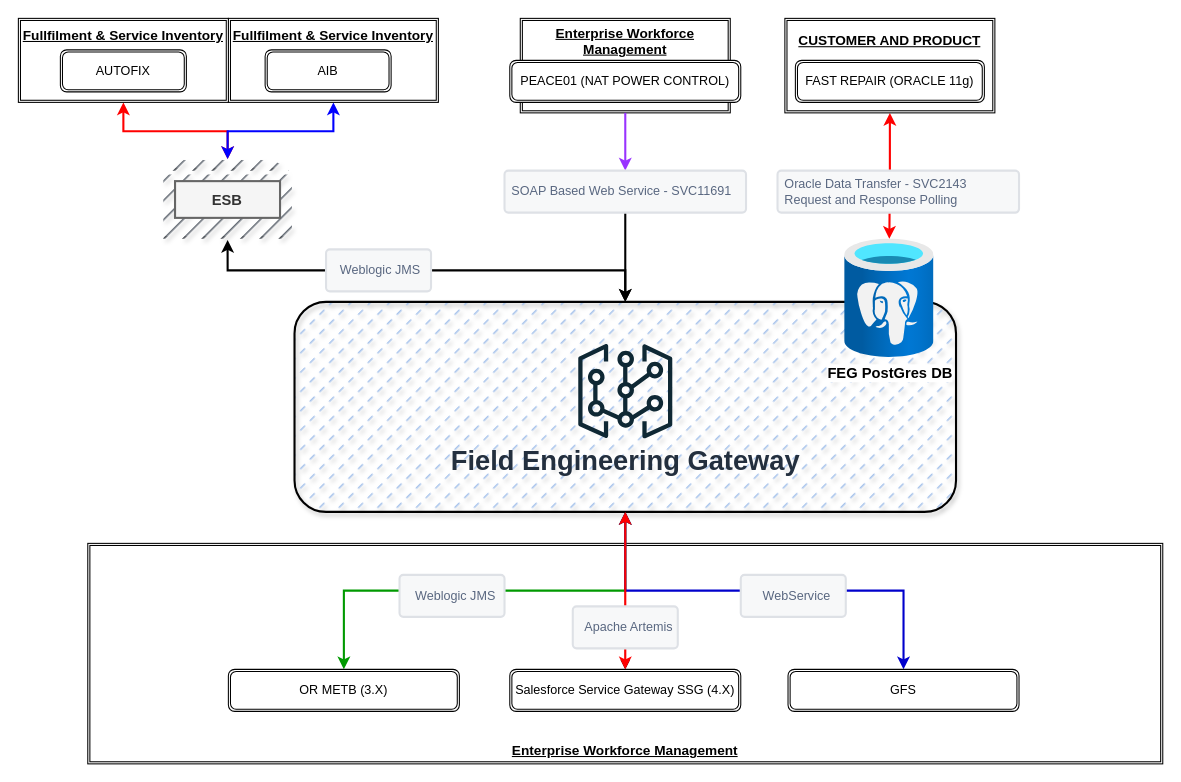
Above: FEG.drawio in puneet800123/first-contributions (draw.io), before the change. Source tidied: cells renumbered, new cells numbered last; positions are measured from the earlier drawing's top-left corner, leaving out a move shared by most shapes. Both pictures are drawn from the tidied source at 105%, with x=0, y=0 at pixel (18, 18).
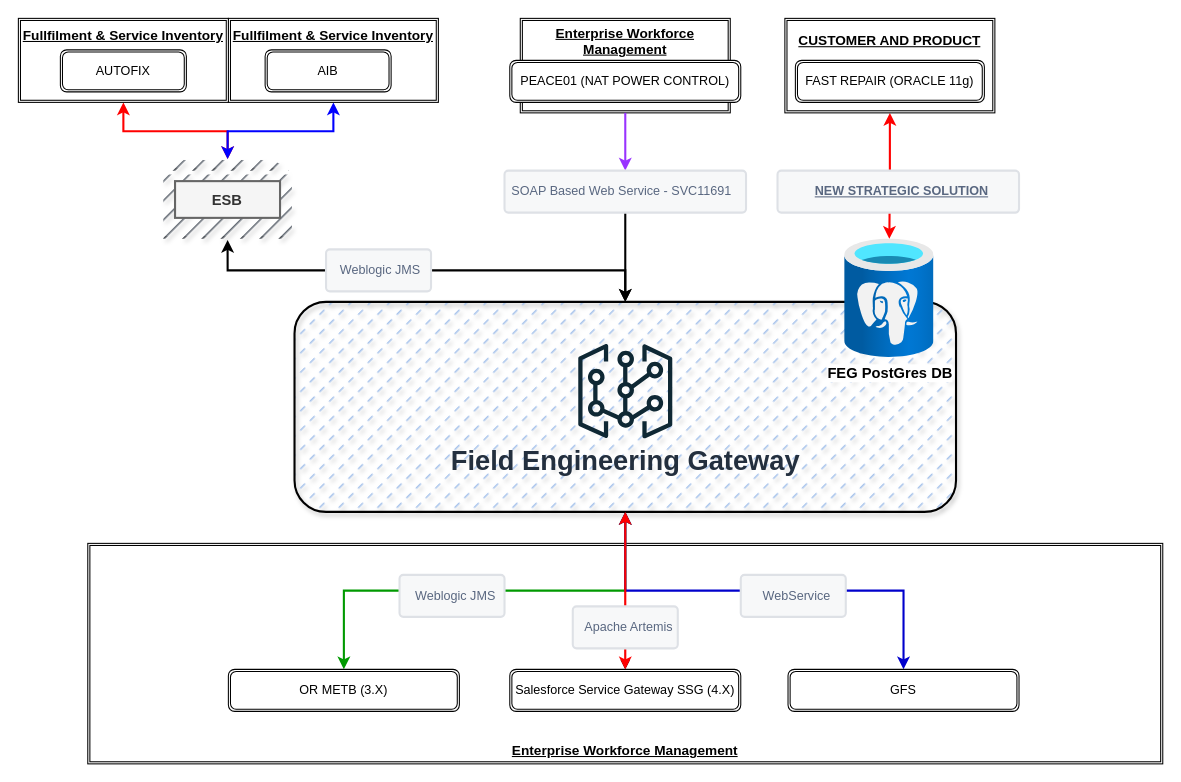
Above is the later version.

Diff of the diagram source:
```diff
@@
-    <mxCell id="27" value="&lt;div&gt;&lt;span style=&quot;background-color: initial;&quot;&gt;Oracle Data Transfer - SVC2143&lt;/span&gt;&lt;/div&gt;&lt;div&gt;&lt;span style=&quot;background-color: initial;&quot;&gt;Request and Response Polling&lt;/span&gt;&lt;/div&gt;" style="rounded=1;arcSize=9;fillColor=#F7F8F9;align=left;spacingLeft=5;strokeColor=#DEE1E6;html=1;strokeWidth=2;fontColor=#596780;fontSize=12;" parent="1" vertex="1">
+    <mxCell id="27" value="&lt;div&gt;&lt;b&gt;&lt;u&gt;NEW STRATEGIC SOLUTION&lt;/u&gt;&lt;/b&gt;&lt;/div&gt;" style="rounded=1;arcSize=9;fillColor=#F7F8F9;align=center;spacingLeft=5;strokeColor=#DEE1E6;html=1;strokeWidth=2;fontColor=#596780;fontSize=12;" parent="1" vertex="1">
       <mxGeometry x="723" y="145" width="230" height="40" as="geometry" />
     </mxCell>
```
